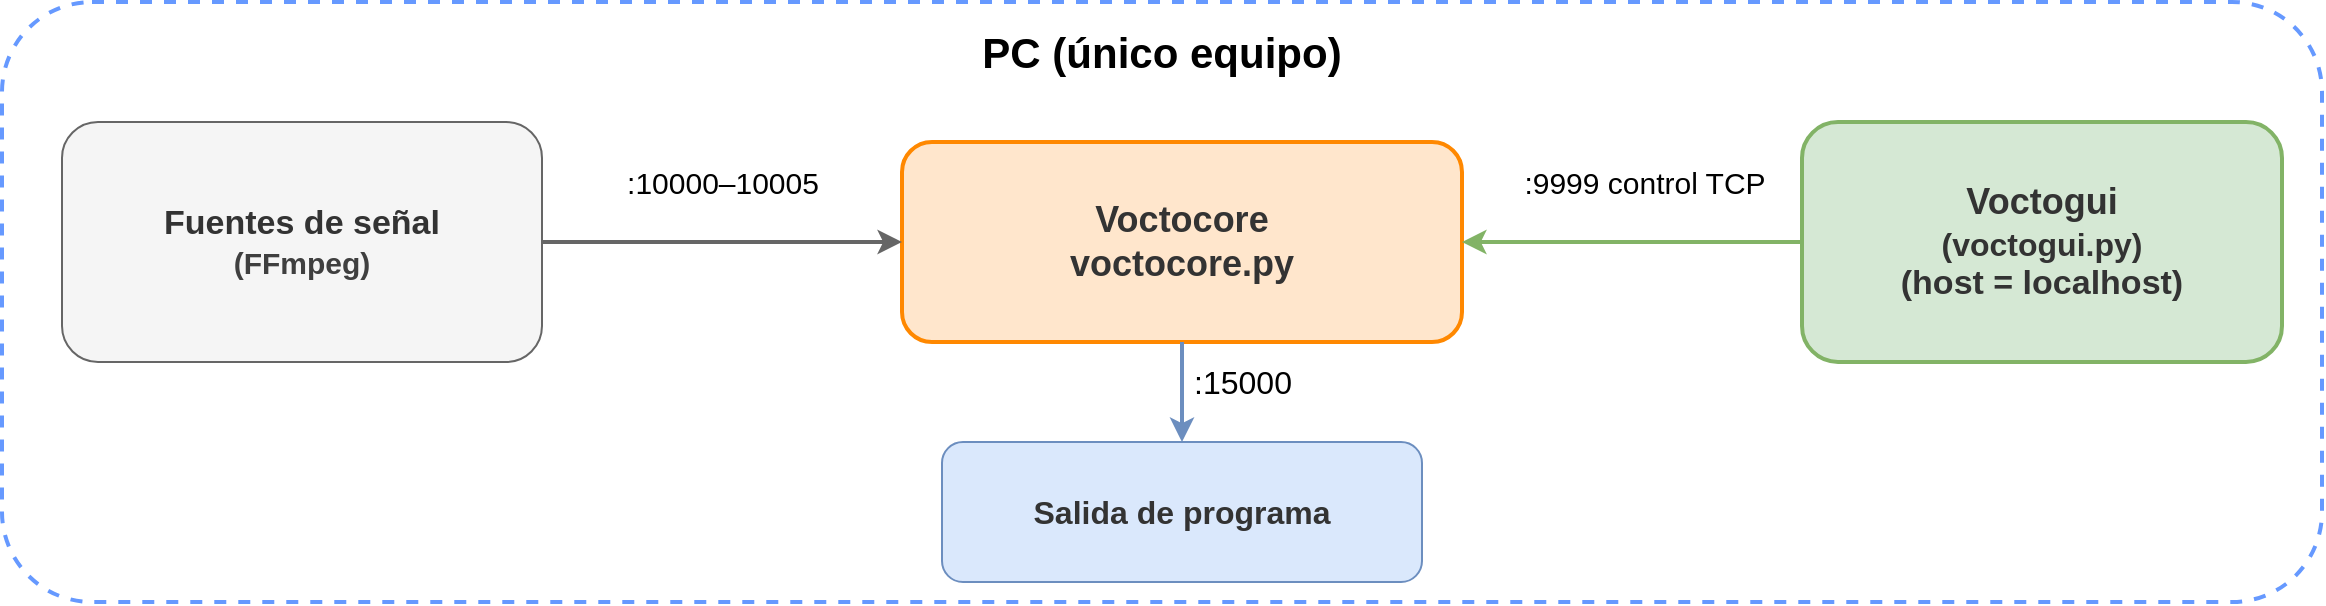
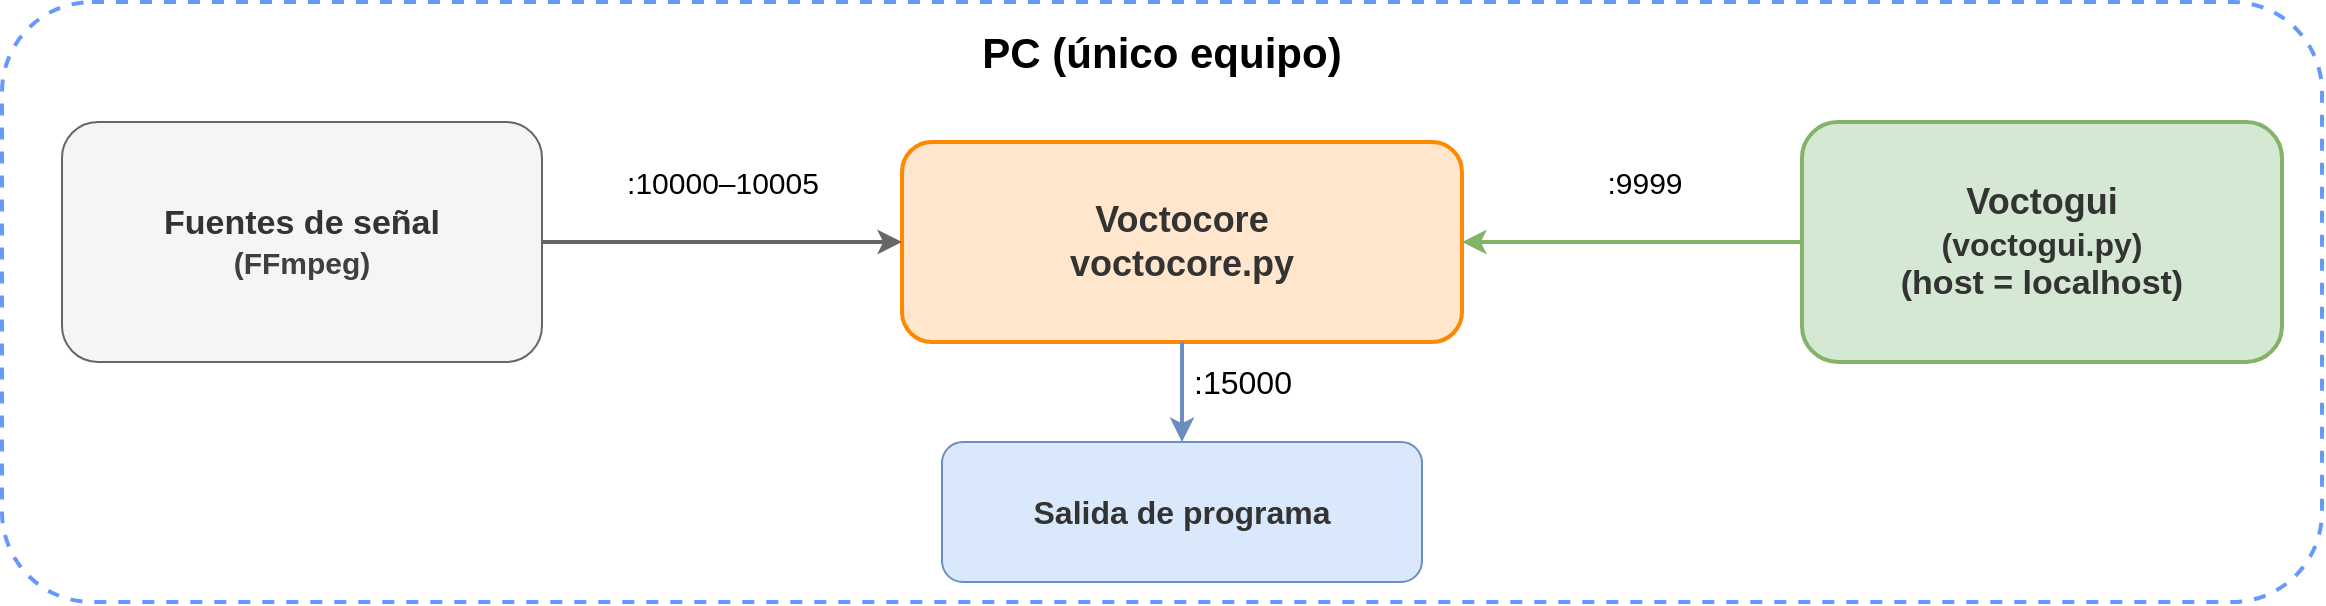
<mxfile host="65bd71144e">
    <diagram id="escenario_1pc" name="Escenario 1 PC">
-         <mxGraphModel dx="751" dy="480" grid="1" gridSize="10" guides="1" tooltips="1" connect="1" arrows="1" fold="1" page="1" pageScale="1" pageWidth="1200" pageHeight="340" math="0" shadow="0">
+         <mxGraphModel dx="1063" dy="547" grid="1" gridSize="10" guides="1" tooltips="1" connect="1" arrows="1" fold="1" page="1" pageScale="1" pageWidth="1200" pageHeight="340" math="0" shadow="0">
            <root>
                <mxCell id="0"/>
                <mxCell id="1" parent="0"/>
                <mxCell id="pc" value="&lt;font style=&quot;font-size: 21px;&quot;&gt;PC (único equipo)&lt;/font&gt;" style="rounded=1;whiteSpace=wrap;html=1;fillColor=none;strokeColor=#6699FF;strokeWidth=2;dashed=1;fontSize=13;fontStyle=1;verticalAlign=top;spacingTop=6;align=center;" parent="1" vertex="1">
                    <mxGeometry x="20" y="20" width="1160" height="300" as="geometry"/>
                </mxCell>
                <mxCell id="ffmpeg" value="&lt;font style=&quot;font-size: 17px;&quot;&gt;Fuentes de señal&lt;/font&gt;&lt;div&gt;&lt;font style=&quot;font-size: 15px;&quot;&gt;&lt;span style=&quot;color: rgb(63, 63, 63);&quot;&gt;(FFmpeg)&lt;/span&gt;&lt;/font&gt;&lt;/div&gt;" style="rounded=1;whiteSpace=wrap;html=1;fillColor=#f5f5f5;strokeColor=#666666;fontColor=#333333;fontSize=12;fontStyle=1;" parent="1" vertex="1">
                    <mxGeometry x="50" y="80" width="240" height="120" as="geometry"/>
                </mxCell>
                <mxCell id="voctocore" value="&lt;div&gt;&lt;font style=&quot;font-size: 18px;&quot;&gt;Voctocore&lt;/font&gt;&lt;/div&gt;&lt;font style=&quot;font-size: 18px;&quot;&gt;voctocore.py&lt;/font&gt;" style="rounded=1;whiteSpace=wrap;html=1;fillColor=#FFE6CC;strokeColor=#FF8800;fontColor=#333333;fontSize=13;fontStyle=1;strokeWidth=2;" parent="1" vertex="1">
                    <mxGeometry x="470" y="90" width="280" height="100" as="geometry"/>
                </mxCell>
                <mxCell id="output" value="&lt;font style=&quot;font-size: 16px;&quot;&gt;Salida de programa&lt;/font&gt;" style="rounded=1;whiteSpace=wrap;html=1;fillColor=#dae8fc;strokeColor=#6c8ebf;fontColor=#333333;fontSize=11;fontStyle=1;" parent="1" vertex="1">
                    <mxGeometry x="490" y="240" width="240" height="70" as="geometry"/>
                </mxCell>
                <mxCell id="voctogui" value="&lt;div&gt;&lt;font style=&quot;font-size: 18px;&quot;&gt;Voctogui&lt;/font&gt;&lt;/div&gt;&lt;font style=&quot;&quot;&gt;&lt;font style=&quot;font-size: 16px;&quot;&gt;(voctogui.py)&lt;br&gt;&lt;/font&gt;&lt;font style=&quot;font-size: 17px;&quot;&gt;(host = localhost)&lt;/font&gt;&lt;/font&gt;" style="rounded=1;whiteSpace=wrap;html=1;fillColor=#d5e8d4;strokeColor=#82b366;fontColor=#333333;fontSize=12;fontStyle=1;strokeWidth=2;" parent="1" vertex="1">
                    <mxGeometry x="920" y="80" width="240" height="120" as="geometry"/>
                </mxCell>
                <mxCell id="a1" value="&lt;font style=&quot;font-size: 15px;&quot;&gt;:10000–10005&lt;br&gt;&lt;/font&gt;" style="edgeStyle=orthogonalEdgeStyle;html=1;fontSize=11;strokeWidth=2;strokeColor=#666666;exitX=1;exitY=0.5;exitDx=0;exitDy=0;entryX=0;entryY=0.5;entryDx=0;entryDy=0;" parent="1" source="ffmpeg" target="voctocore" edge="1">
                    <mxGeometry x="-0.0065" y="30" relative="1" as="geometry">
                        <mxPoint as="offset"/>
                    </mxGeometry>
                </mxCell>
                <mxCell id="a2" value="&lt;font style=&quot;font-size: 16px;&quot;&gt;:15000&lt;/font&gt;" style="edgeStyle=orthogonalEdgeStyle;html=1;fontSize=11;strokeWidth=2;strokeColor=#6c8ebf;exitX=0.5;exitY=1;exitDx=0;exitDy=0;entryX=0.5;entryY=0;entryDx=0;entryDy=0;" parent="1" source="voctocore" target="output" edge="1">
                    <mxGeometry x="-0.2" y="30" relative="1" as="geometry">
                        <mxPoint as="offset"/>
                    </mxGeometry>
                </mxCell>
-                 <mxCell id="a3" value="&lt;font style=&quot;font-size: 15px;&quot;&gt;:9999 control TCP&lt;/font&gt;" style="edgeStyle=orthogonalEdgeStyle;html=1;fontSize=11;strokeWidth=2;strokeColor=#82b366;exitX=0;exitY=0.5;exitDx=0;exitDy=0;entryX=1;entryY=0.5;entryDx=0;entryDy=0;" parent="1" source="voctogui" target="voctocore" edge="1">
+                 <mxCell id="a3" value="&lt;font style=&quot;font-size: 15px;&quot;&gt;:9999&lt;/font&gt;" style="edgeStyle=orthogonalEdgeStyle;html=1;fontSize=11;strokeWidth=2;strokeColor=#82b366;exitX=0;exitY=0.5;exitDx=0;exitDy=0;entryX=1;entryY=0.5;entryDx=0;entryDy=0;" parent="1" source="voctogui" target="voctocore" edge="1">
                    <mxGeometry x="0.1049" y="-33" relative="1" as="geometry">
                        <mxPoint x="15" y="3" as="offset"/>
                    </mxGeometry>
                </mxCell>
            </root>
        </mxGraphModel>
    </diagram>
</mxfile>